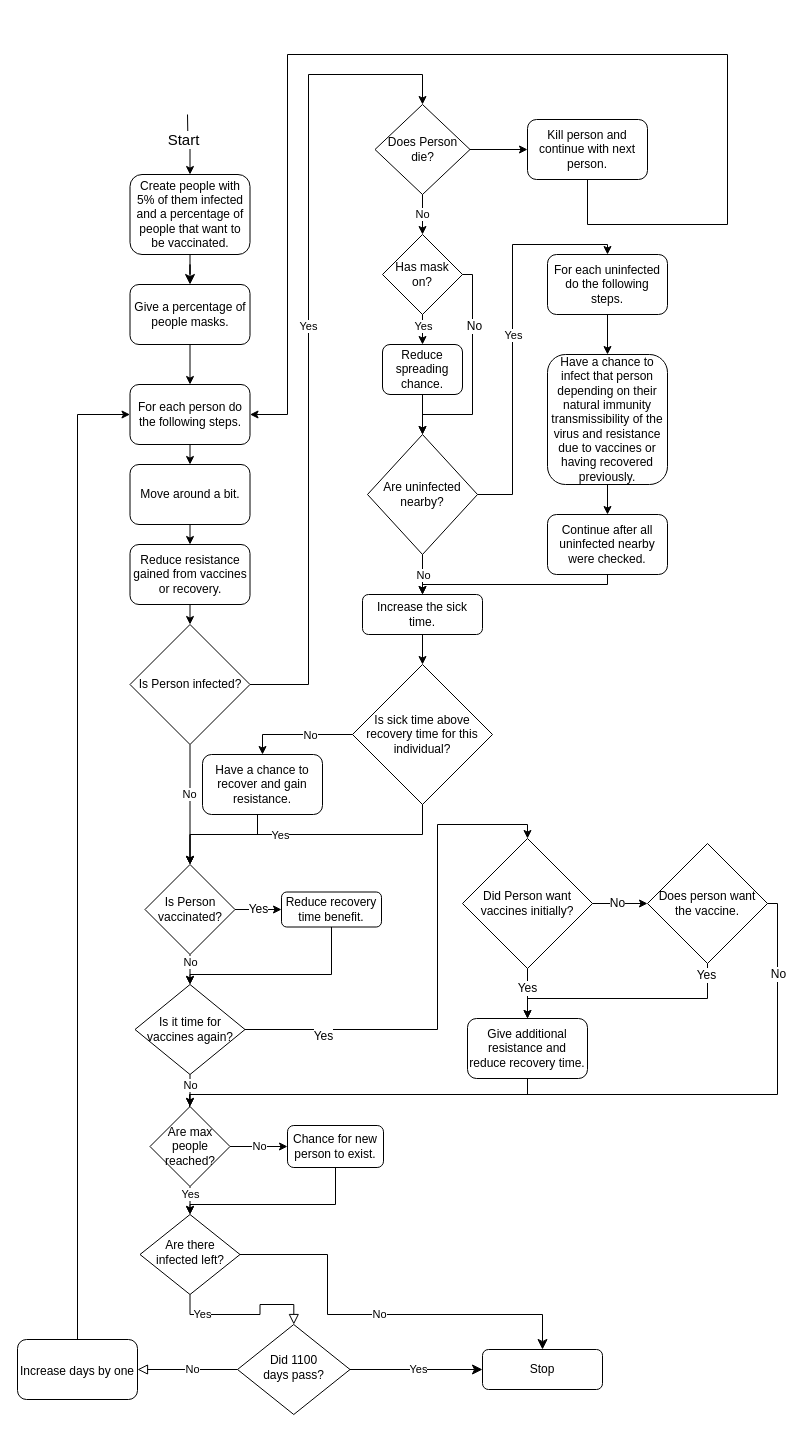
jojoscholzgmailcom/ATP_Final_Project keeps this draw.io diagram as Model-Description.drawio. Above is the earlier version. Source tidied: cells renumbered, new cells numbered last; positions are measured from the earlier drawing's top-left corner, leaving out a move shared by most shapes. Both pictures are drawn from the tidied source at 100%, with x=0, y=0 at pixel (17, 54).
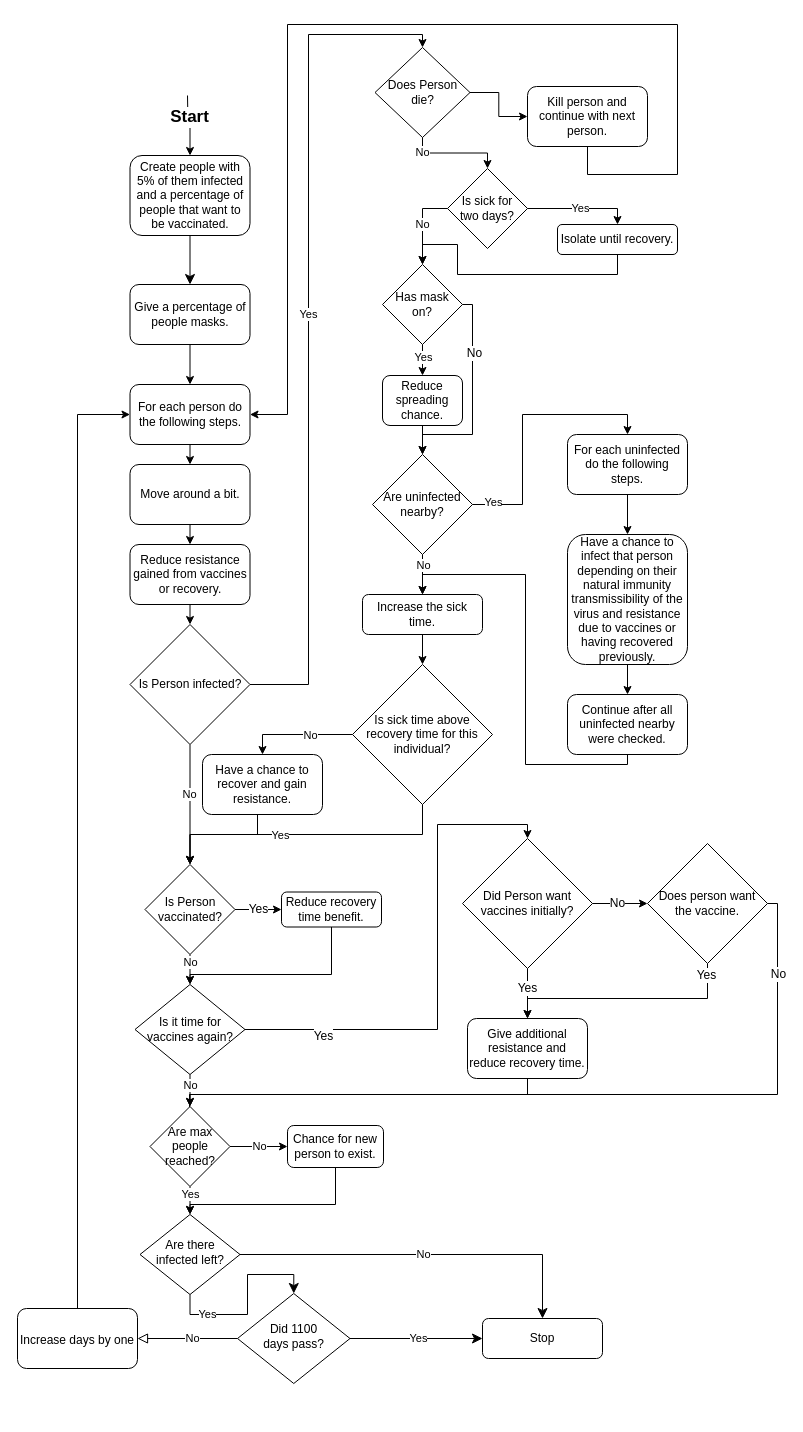
The same page after the edit.

Commit message (it also covers changes not shown here):
Added Isolation to the flowchart.

Unchanged cells that the change refers to:
```xml
<mxCell id="6" value="Are there&lt;br&gt;infected left?" style="rhombus;whiteSpace=wrap;html=1;shadow=0;fontFamily=Helvetica;fontSize=12;align=center;strokeWidth=1;spacing=6;spacingTop=-4;" parent="1" vertex="1">
  <mxGeometry x="122.5" y="1160" width="100" height="80" as="geometry" />
</mxCell>
<mxCell id="11" value="For each person do the following steps." style="rounded=1;whiteSpace=wrap;html=1;" parent="1" vertex="1">
  <mxGeometry x="112.5" y="330" width="120" height="60" as="geometry" />
</mxCell>
<mxCell id="12" value="Is Person infected?" style="rhombus;whiteSpace=wrap;html=1;" parent="1" vertex="1">
  <mxGeometry x="112.5" y="570" width="120" height="120" as="geometry" />
</mxCell>
<mxCell id="29" style="endArrow=classic;html=1;rounded=0;exitX=0.5;exitY=1;exitDx=0;exitDy=0;entryX=0.5;entryY=0;entryDx=0;entryDy=0;edgeStyle=orthogonalEdgeStyle;" parent="1" edge="1" source="25" target="31">
  <mxGeometry relative="1" as="geometry" />
</mxCell>
<mxCell id="31" value="Increase the sick time." style="rounded=1;whiteSpace=wrap;html=1;" parent="1" vertex="1">
  <mxGeometry x="345" y="540" width="120" height="40" as="geometry" />
</mxCell>
```

Diff of the diagram source:
```diff
@@
     <mxCell id="3" value="Create people with 5% of them infected and a percentage of people that want to be vaccinated." style="rounded=1;whiteSpace=wrap;html=1;fontSize=12;glass=0;strokeWidth=1;shadow=0;" parent="1" vertex="1">
-      <mxGeometry x="112.5" y="120" width="120" height="80" as="geometry" />
+      <mxGeometry x="112.5" y="101" width="120" height="80" as="geometry" />
     </mxCell>
-    <mxCell id="4" value="Yes" style="rounded=0;html=1;jettySize=auto;fontSize=11;endArrow=block;endFill=0;endSize=8;strokeWidth=1;shadow=0;labelBackgroundColor=default;edgeStyle=orthogonalEdgeStyle;" parent="1" edge="1" source="6" target="9">
-      <mxGeometry x="-0.59" relative="1" as="geometry" />
+    <mxCell id="4" value="Yes" style="rounded=0;html=1;jettySize=auto;fontSize=11;endArrow=classic;endFill=1;endSize=8;strokeWidth=1;shadow=0;labelBackgroundColor=default;edgeStyle=orthogonalEdgeStyle;entryX=0.5;entryY=0;entryDx=0;entryDy=0;exitX=0.5;exitY=1;exitDx=0;exitDy=0;" parent="1" edge="1" source="6" target="9">
+      <mxGeometry x="-0.59" relative="1" as="geometry">
+        <Array as="points">
+          <mxPoint x="173" y="1260" />
+          <mxPoint x="230" y="1260" />
+          <mxPoint x="230" y="1220" />
+          <mxPoint x="276" y="1220" />
+        </Array>
+      </mxGeometry>
     </mxCell>
     <mxCell id="5" value="No" style="edgeStyle=orthogonalEdgeStyle;rounded=0;html=1;jettySize=auto;fontSize=11;endArrow=classic;endFill=1;endSize=8;strokeWidth=1;shadow=0;labelBackgroundColor=default;entryX=0.5;entryY=0;entryDx=0;entryDy=0;exitX=1;exitY=0.5;exitDx=0;exitDy=0;" parent="1" edge="1" source="6" target="10">
       <mxGeometry relative="1" as="geometry">
         <Array as="points">
-          <mxPoint x="310" y="1200" />
-          <mxPoint x="310" y="1260" />
-          <mxPoint x="525" y="1260" />
+          <mxPoint x="525" y="1200" />
         </Array>
       </mxGeometry>
     </mxCell>
@@
     <mxCell id="9" value="Did 1100&lt;br&gt;days pass?" style="rhombus;whiteSpace=wrap;html=1;shadow=0;fontFamily=Helvetica;fontSize=12;align=center;strokeWidth=1;spacing=6;spacingTop=-4;" parent="1" vertex="1">
-      <mxGeometry x="220" y="1270" width="112.5" height="90" as="geometry" />
+      <mxGeometry x="220" y="1239" width="112.5" height="90" as="geometry" />
     </mxCell>
     <mxCell id="10" value="Stop" style="rounded=1;whiteSpace=wrap;html=1;fontSize=12;glass=0;strokeWidth=1;shadow=0;" parent="1" vertex="1">
-      <mxGeometry x="465" y="1295" width="120" height="40" as="geometry" />
+      <mxGeometry x="465" y="1264" width="120" height="40" as="geometry" />
     </mxCell>
@@
     <mxCell id="14" style="endArrow=classic;html=1;exitX=1;exitY=0.5;exitDx=0;exitDy=0;entryX=0;entryY=0.5;entryDx=0;entryDy=0;rounded=0;edgeStyle=orthogonalEdgeStyle;" parent="1" edge="1" source="12" target="76">
       <mxGeometry relative="1" as="geometry">
         <Array as="points">
           <mxPoint x="291" y="630" />
-          <mxPoint x="291" y="20" />
-          <mxPoint x="405" y="20" />
+          <mxPoint x="291" y="-20" />
+          <mxPoint x="405" y="-20" />
         </Array>
       </mxGeometry>
     </mxCell>
@@
     <mxCell id="23" style="endArrow=classic;html=1;rounded=0;entryX=0.5;entryY=0;entryDx=0;entryDy=0;edgeStyle=orthogonalEdgeStyle;" parent="1" edge="1" target="3">
       <mxGeometry relative="1" as="geometry">
-        <mxPoint x="170" y="60" as="sourcePoint" />
+        <mxPoint x="170" y="41" as="sourcePoint" />
       </mxGeometry>
     </mxCell>
-    <mxCell id="24" value="Start" style="edgeLabel;html=1;align=center;verticalAlign=middle;fontSize=15;" parent="23" vertex="1">
+    <mxCell id="24" value="&lt;b&gt;&lt;font style=&quot;font-size: 17px;&quot;&gt;Start&lt;/font&gt;&lt;/b&gt;" style="edgeLabel;html=1;align=center;verticalAlign=middle;fontSize=15;" parent="23" vertex="1">
       <mxGeometry relative="1" as="geometry">
-        <mxPoint x="-5" y="-6" as="offset" />
+        <mxPoint x="1" y="-9" as="offset" />
       </mxGeometry>
     </mxCell>
     <mxCell id="25" value="Are uninfected nearby?" style="rhombus;whiteSpace=wrap;html=1;" parent="1" vertex="1">
-      <mxGeometry x="350" y="380" width="110" height="120" as="geometry" />
+      <mxGeometry x="355" y="400" width="100" height="100" as="geometry" />
     </mxCell>
     <mxCell id="26" style="endArrow=classic;html=1;rounded=0;exitX=1;exitY=0.5;exitDx=0;exitDy=0;edgeStyle=orthogonalEdgeStyle;entryX=0.5;entryY=0;entryDx=0;entryDy=0;" parent="1" edge="1" source="25" target="28">
-      <mxGeometry relative="1" as="geometry" />
+      <mxGeometry relative="1" as="geometry">
+        <Array as="points">
+          <mxPoint x="505" y="450" />
+          <mxPoint x="505" y="360" />
+          <mxPoint x="610" y="360" />
+        </Array>
+      </mxGeometry>
     </mxCell>
     <mxCell id="27" value="Yes" style="edgeLabel;html=1;align=center;verticalAlign=middle;" parent="26" vertex="1">
-      <mxGeometry relative="1" as="geometry" />
+      <mxGeometry relative="1" as="geometry">
+        <mxPoint x="-30" y="80" as="offset" />
+      </mxGeometry>
     </mxCell>
     <mxCell id="28" value="For each uninfected do the following steps." style="rounded=1;whiteSpace=wrap;html=1;" parent="1" vertex="1">
-      <mxGeometry x="530" y="200" width="120" height="60" as="geometry" />
+      <mxGeometry x="550" y="380" width="120" height="60" as="geometry" />
     </mxCell>
@@
     <mxCell id="30" value="No" style="edgeLabel;html=1;align=center;verticalAlign=middle;" parent="29" vertex="1">
-      <mxGeometry relative="1" as="geometry" />
+      <mxGeometry relative="1" as="geometry">
+        <mxPoint y="-10" as="offset" />
+      </mxGeometry>
     </mxCell>
@@
     <mxCell id="40" value="&lt;font style=&quot;font-size: 12px;&quot;&gt;Increase days by one&lt;/font&gt;" style="rounded=1;whiteSpace=wrap;html=1;fontSize=15;" parent="1" vertex="1">
-      <mxGeometry y="1285" width="120" height="60" as="geometry" />
+      <mxGeometry y="1254" width="120" height="60" as="geometry" />
     </mxCell>
@@
     <mxCell id="42" value="Have a chance to infect that person depending on their natural immunity transmissibility of the virus and resistance due to vaccines or having recovered previously." style="rounded=1;whiteSpace=wrap;html=1;fontSize=12;" parent="1" vertex="1">
-      <mxGeometry x="530" y="300" width="120" height="130" as="geometry" />
+      <mxGeometry x="550" y="480" width="120" height="130" as="geometry" />
     </mxCell>
@@
     <mxCell id="45" value="Continue after all uninfected nearby were checked." style="rounded=1;whiteSpace=wrap;html=1;fontSize=12;" parent="1" vertex="1">
-      <mxGeometry x="530" y="460" width="120" height="60" as="geometry" />
+      <mxGeometry x="550" y="640" width="120" height="60" as="geometry" />
     </mxCell>
     <mxCell id="46" style="endArrow=classic;html=1;rounded=0;labelBackgroundColor=default;fontSize=12;exitX=0.5;exitY=1;exitDx=0;exitDy=0;entryX=0.5;entryY=0;entryDx=0;entryDy=0;edgeStyle=orthogonalEdgeStyle;" parent="1" edge="1" source="45" target="31">
-      <mxGeometry relative="1" as="geometry" />
+      <mxGeometry relative="1" as="geometry">
+        <Array as="points">
+          <mxPoint x="610" y="710" />
+          <mxPoint x="508" y="710" />
+          <mxPoint x="508" y="520" />
+          <mxPoint x="405" y="520" />
+        </Array>
+      </mxGeometry>
     </mxCell>
     <mxCell id="47" value="Has mask&lt;br&gt;on?" style="rhombus;whiteSpace=wrap;html=1;fontSize=12;" parent="1" vertex="1">
-      <mxGeometry x="365" y="180" width="80" height="80" as="geometry" />
+      <mxGeometry x="365" y="210" width="80" height="80" as="geometry" />
     </mxCell>
     <mxCell id="48" value="Reduce spreading chance." style="rounded=1;whiteSpace=wrap;html=1;fontSize=12;" parent="1" vertex="1">
-      <mxGeometry x="365" y="290" width="80" height="50" as="geometry" />
+      <mxGeometry x="365" y="321" width="80" height="50" as="geometry" />
     </mxCell>
@@
     <mxCell id="52" style="endArrow=classic;html=1;rounded=0;labelBackgroundColor=default;fontSize=12;exitX=1;exitY=0.5;exitDx=0;exitDy=0;entryX=0.5;entryY=0;entryDx=0;entryDy=0;edgeStyle=orthogonalEdgeStyle;" parent="1" edge="1" source="47" target="25">
       <mxGeometry relative="1" as="geometry">
         <Array as="points">
-          <mxPoint x="455" y="220" />
-          <mxPoint x="455" y="360" />
-          <mxPoint x="405" y="360" />
+          <mxPoint x="455" y="250" />
+          <mxPoint x="455" y="380" />
+          <mxPoint x="405" y="380" />
         </Array>
       </mxGeometry>
     </mxCell>
@@
     <mxCell id="76" value="Does Person&lt;br&gt;die?" style="rhombus;whiteSpace=wrap;html=1;direction=south;" parent="1" vertex="1">
-      <mxGeometry x="357.5" y="50" width="95" height="90" as="geometry" />
+      <mxGeometry x="357.5" y="-7" width="95" height="90" as="geometry" />
     </mxCell>
-    <mxCell id="77" value="No" style="endArrow=classic;html=1;rounded=0;exitX=1;exitY=0.5;exitDx=0;exitDy=0;entryX=0.5;entryY=0;entryDx=0;entryDy=0;edgeStyle=orthogonalEdgeStyle;" parent="1" edge="1" source="76" target="47">
-      <mxGeometry relative="1" as="geometry" />
+    <mxCell id="77" value="No" style="endArrow=classic;html=1;rounded=0;exitX=1;exitY=0.5;exitDx=0;exitDy=0;edgeStyle=orthogonalEdgeStyle;" parent="1" edge="1" source="76" target="86">
+      <mxGeometry x="-0.69" relative="1" as="geometry" />
     </mxCell>
@@
     <mxCell id="79" value="Kill person and continue with next person." style="rounded=1;whiteSpace=wrap;html=1;" parent="1" vertex="1">
-      <mxGeometry x="510" y="65" width="120" height="60" as="geometry" />
+      <mxGeometry x="510" y="32" width="120" height="60" as="geometry" />
     </mxCell>
     <mxCell id="80" style="endArrow=classic;html=1;rounded=0;exitX=0.5;exitY=1;exitDx=0;exitDy=0;entryX=1;entryY=0.5;entryDx=0;entryDy=0;edgeStyle=orthogonalEdgeStyle;" parent="1" edge="1" source="79" target="11">
       <mxGeometry relative="1" as="geometry">
         <Array as="points">
-          <mxPoint x="570" y="170" />
-          <mxPoint x="710" y="170" />
-          <mxPoint x="710" />
-          <mxPoint x="270" />
+          <mxPoint x="570" y="120" />
+          <mxPoint x="660" y="120" />
+          <mxPoint x="660" y="-30" />
+          <mxPoint x="270" y="-30" />
           <mxPoint x="270" y="360" />
         </Array>
       </mxGeometry>
     </mxCell>
@@
+    <mxCell id="86" value="Is sick for&lt;br&gt;two days?" style="rhombus;whiteSpace=wrap;html=1;" parent="1" vertex="1">
+      <mxGeometry x="430" y="114" width="80" height="80" as="geometry" />
+    </mxCell>
+    <mxCell id="87" value="No" style="endArrow=classic;html=1;rounded=0;exitX=0;exitY=0.5;exitDx=0;exitDy=0;entryX=0.5;entryY=0;entryDx=0;entryDy=0;edgeStyle=orthogonalEdgeStyle;" parent="1" edge="1" source="86" target="47">
+      <mxGeometry relative="1" as="geometry" />
+    </mxCell>
+    <mxCell id="88" value="Isolate until recovery." style="rounded=1;whiteSpace=wrap;html=1;" parent="1" vertex="1">
+      <mxGeometry x="540" y="170" width="120" height="30" as="geometry" />
+    </mxCell>
+    <mxCell id="89" value="Yes" style="endArrow=classic;html=1;rounded=0;exitX=1;exitY=0.5;exitDx=0;exitDy=0;entryX=0.5;entryY=0;entryDx=0;entryDy=0;edgeStyle=orthogonalEdgeStyle;" parent="1" edge="1" source="86" target="88">
+      <mxGeometry relative="1" as="geometry" />
+    </mxCell>
+    <mxCell id="90" style="endArrow=classic;html=1;rounded=0;exitX=0.5;exitY=1;exitDx=0;exitDy=0;entryX=0.5;entryY=0;entryDx=0;entryDy=0;edgeStyle=orthogonalEdgeStyle;" parent="1" edge="1" source="88" target="47">
+      <mxGeometry relative="1" as="geometry">
+        <Array as="points">
+          <mxPoint x="600" y="220" />
+          <mxPoint x="440" y="220" />
+          <mxPoint x="440" y="190" />
+          <mxPoint x="405" y="190" />
+        </Array>
+      </mxGeometry>
+    </mxCell>
```
